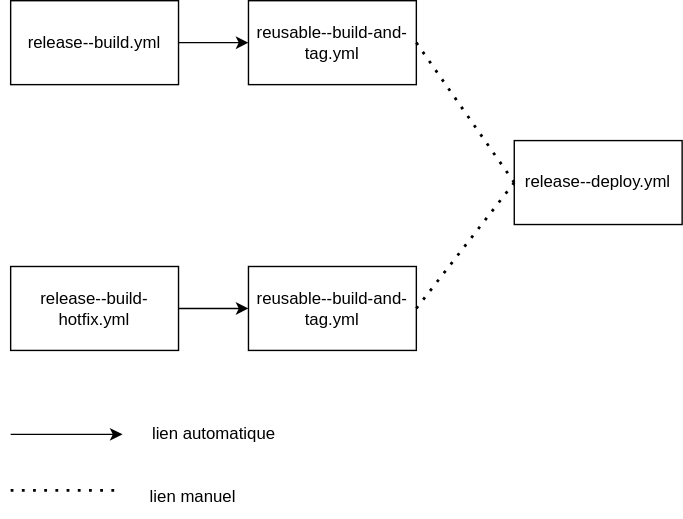
Above: .github/workflows/img/MES-MEP.drawio.svg in pass-culture/pass-culture-main (draw.io), before the change. Source tidied: cells renumbered, new cells last; positions are measured from the earlier drawing's top-left corner, leaving out a move shared by most shapes.
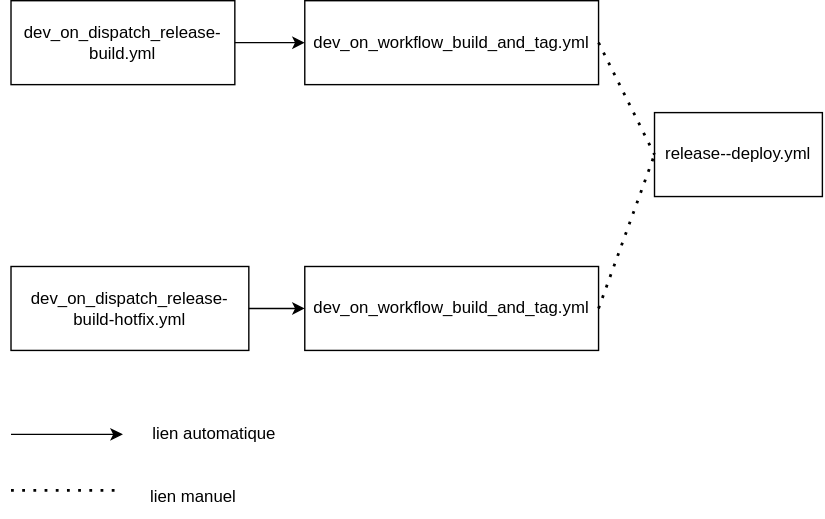
After the commit.

Diff of the diagram source:
```diff
@@ -2,23 +2,23 @@
   <root>
     <mxCell id="0" />
     <mxCell id="1" parent="0" />
-    <mxCell id="2" value="release--build.yml" style="rounded=0;whiteSpace=wrap;html=1;" parent="1" vertex="1">
-      <mxGeometry width="120" height="60" as="geometry" />
+    <mxCell id="2" value="dev_on_dispatch_release-build.yml" style="rounded=0;whiteSpace=wrap;html=1;" parent="1" vertex="1">
+      <mxGeometry width="160" height="60" as="geometry" />
     </mxCell>
-    <mxCell id="3" value="reusable--build-and-tag.yml" style="whiteSpace=wrap;html=1;" parent="1" vertex="1">
-      <mxGeometry x="170" width="120" height="60" as="geometry" />
+    <mxCell id="3" value="dev_on_workflow_build_and_tag.yml" style="whiteSpace=wrap;html=1;" parent="1" vertex="1">
+      <mxGeometry x="210" width="210" height="60" as="geometry" />
     </mxCell>
     <mxCell id="4" style="endArrow=classic;html=1;rounded=0;exitX=1;exitY=0.5;exitDx=0;exitDy=0;entryX=0;entryY=0.5;entryDx=0;entryDy=0;" parent="1" edge="1" source="2" target="3">
       <mxGeometry relative="1" as="geometry" />
     </mxCell>
     <mxCell id="5" value="release--deploy.yml" style="rounded=0;whiteSpace=wrap;html=1;" parent="1" vertex="1">
-      <mxGeometry x="360" y="100" width="120" height="60" as="geometry" />
+      <mxGeometry x="460" y="80" width="120" height="60" as="geometry" />
     </mxCell>
-    <mxCell id="6" value="release--build-hotfix.yml" style="rounded=0;whiteSpace=wrap;html=1;" parent="1" vertex="1">
-      <mxGeometry y="190" width="120" height="60" as="geometry" />
+    <mxCell id="6" value="dev_on_dispatch_release-build-hotfix.yml" style="rounded=0;whiteSpace=wrap;html=1;" parent="1" vertex="1">
+      <mxGeometry y="190" width="170" height="60" as="geometry" />
     </mxCell>
-    <mxCell id="7" value="reusable--build-and-tag.yml" style="whiteSpace=wrap;html=1;" parent="1" vertex="1">
-      <mxGeometry x="170" y="190" width="120" height="60" as="geometry" />
+    <mxCell id="7" value="dev_on_workflow_build_and_tag.yml" style="whiteSpace=wrap;html=1;" parent="1" vertex="1">
+      <mxGeometry x="210" y="190" width="210" height="60" as="geometry" />
     </mxCell>
     <mxCell id="8" style="endArrow=classic;html=1;rounded=0;exitX=1;exitY=0.5;exitDx=0;exitDy=0;entryX=0;entryY=0.5;entryDx=0;entryDy=0;" parent="1" edge="1" source="6" target="7">
       <mxGeometry relative="1" as="geometry" />
```
